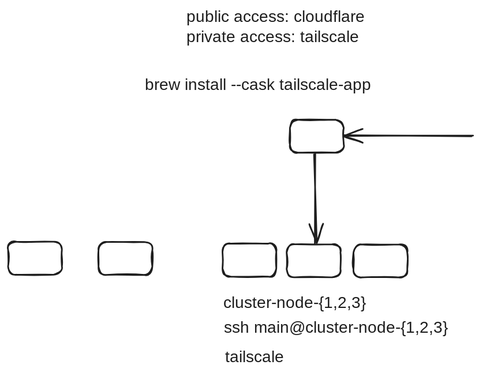
mlops-club/homelab-cluster keeps this Excalidraw diagram as k3s.excalidraw.svg. Above is the earlier version. Source tidied: one line per element, renumbered; positions are measured from the earlier drawing's top-left corner, leaving out a move shared by most shapes.
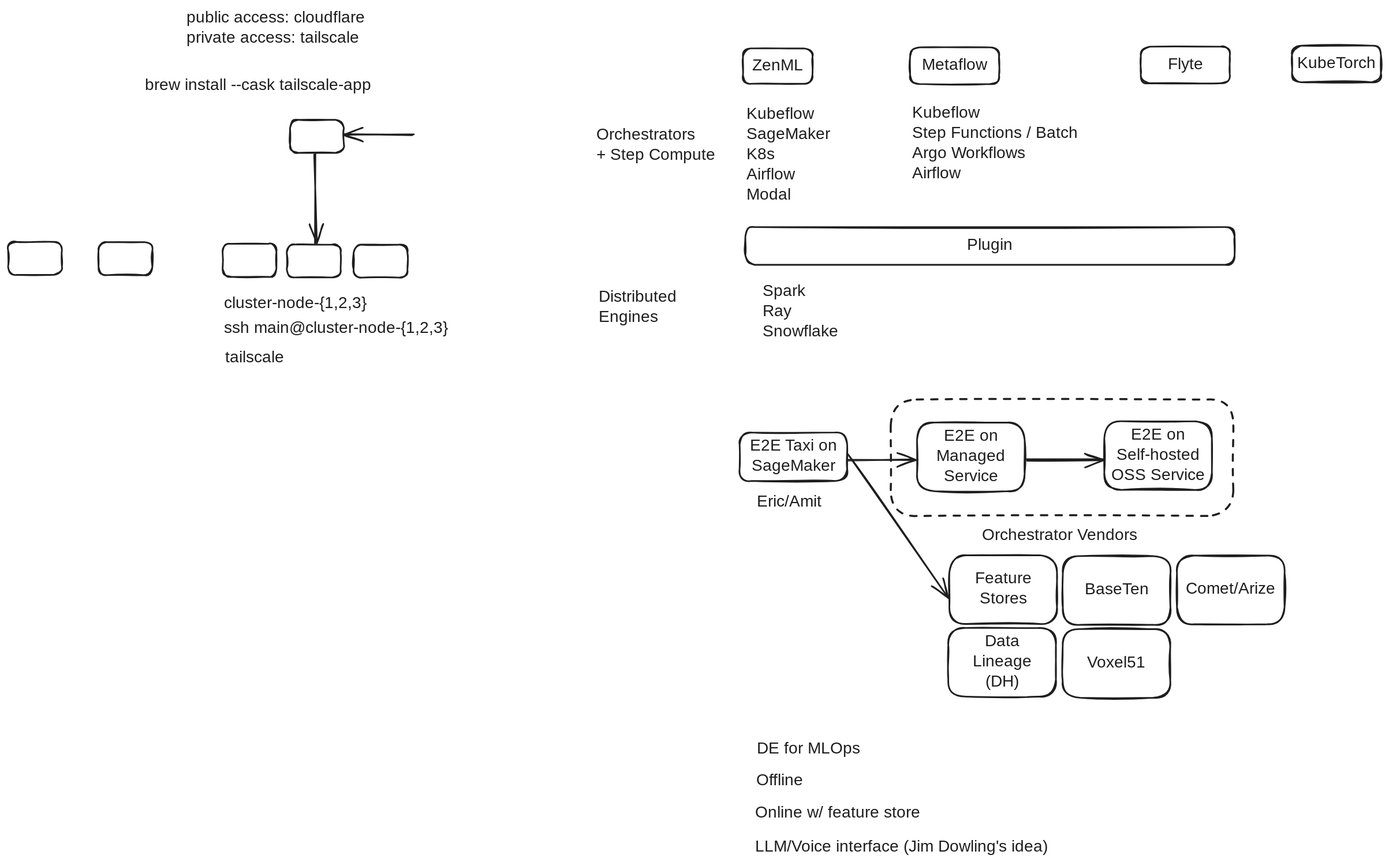
Above is the later version.

What changed in the source:
```diff
@@ -8,6 +8,47 @@
 {"id": 7, "type": "rectangle", "strokeColor": "#1e1e1e", "strokeWidth": 2, "roughness": 1, "round": true, "x": 112, "y": 290, "width": 67, "height": 41}
 {"id": 8, "type": "rectangle", "strokeColor": "#1e1e1e", "strokeWidth": 2, "roughness": 1, "round": true, "x": 0, "y": 289, "width": 67, "height": 41}
 {"id": 9, "type": "rectangle", "strokeColor": "#1e1e1e", "strokeWidth": 2, "roughness": 1, "round": true, "x": 349, "y": 138, "width": 67, "height": 41}
-{"id": 10, "type": "arrow", "strokeColor": "#1e1e1e", "strokeWidth": 2, "roughness": 1, "endArrowhead": "arrow", "round": true, "to": 9, "x": 574, "y": 159, "width": 158, "height": 0, "points": [[0, 0], [-158, 0]]}
+{"id": 10, "type": "arrow", "strokeColor": "#1e1e1e", "strokeWidth": 2, "roughness": 1, "endArrowhead": "arrow", "round": true, "to": 9, "x": 501, "y": 157, "width": 84, "height": 0, "points": [[0, 0], [-84, 0]]}
 {"id": 11, "type": "arrow", "strokeColor": "#1e1e1e", "strokeWidth": 2, "roughness": 1, "endArrowhead": "arrow", "round": true, "from": 9, "to": 1, "x": 380, "y": 180, "width": 0, "height": 112, "points": [[0, 0], [0, 112]]}
 {"id": 12, "type": "text", "text": "public access: cloudflare\nprivate access: tailscale", "strokeColor": "#1e1e1e", "strokeWidth": 2, "roughness": 1, "fontSize": 20, "fontFamily": 8, "x": 221, "y": 0, "width": 275, "height": 50}
+{"id": 13, "type": "rectangle", "strokeColor": "#1e1e1e", "strokeWidth": 2, "roughness": 1, "round": true, "x": 909, "y": 50, "width": 86, "height": 44}
+{"id": 14, "type": "text", "text": "ZenML", "strokeColor": "#1e1e1e", "strokeWidth": 2, "roughness": 1, "fontSize": 20, "fontFamily": 8, "textAlign": "center", "verticalAlign": "middle", "inside": 13, "x": 925, "y": 59, "width": 55, "height": 25}
+{"id": 15, "type": "text", "text": "Kubeflow\nSageMaker\nK8s\nAirflow\nModal", "strokeColor": "#1e1e1e", "strokeWidth": 2, "roughness": 1, "fontSize": 20, "fontFamily": 8, "x": 913, "y": 120, "width": 99, "height": 125}
+{"id": 16, "type": "rectangle", "strokeColor": "#1e1e1e", "strokeWidth": 2, "roughness": 1, "round": true, "x": 1116, "y": 49, "width": 110, "height": 45}
+{"id": 17, "type": "text", "text": "Metaflow", "strokeColor": "#1e1e1e", "strokeWidth": 2, "roughness": 1, "fontSize": 20, "fontFamily": 8, "textAlign": "center", "verticalAlign": "middle", "inside": 16, "x": 1127, "y": 59, "width": 88, "height": 25}
+{"id": 18, "type": "text", "text": "Kubeflow\nStep Functions / Batch\nArgo Workflows\nAirflow", "strokeColor": "#1e1e1e", "strokeWidth": 2, "roughness": 1, "fontSize": 20, "fontFamily": 8, "x": 1119, "y": 118, "width": 242, "height": 100}
+{"id": 19, "type": "rectangle", "strokeColor": "#1e1e1e", "strokeWidth": 2, "roughness": 1, "round": true, "x": 1401, "y": 48, "width": 110, "height": 45}
+{"id": 20, "type": "text", "text": "Flyte", "strokeColor": "#1e1e1e", "strokeWidth": 2, "roughness": 1, "fontSize": 20, "fontFamily": 8, "textAlign": "center", "verticalAlign": "middle", "inside": 19, "x": 1429, "y": 58, "width": 55, "height": 25}
+{"id": 21, "type": "rectangle", "strokeColor": "#1e1e1e", "strokeWidth": 2, "roughness": 1, "round": true, "x": 1588, "y": 47, "width": 110, "height": 45}
+{"id": 22, "type": "text", "text": "KubeTorch", "strokeColor": "#1e1e1e", "strokeWidth": 2, "roughness": 1, "fontSize": 20, "fontFamily": 8, "textAlign": "center", "verticalAlign": "middle", "inside": 21, "x": 1594, "y": 57, "width": 99, "height": 25}
+{"id": 23, "type": "rectangle", "strokeColor": "#1e1e1e", "strokeWidth": 2, "roughness": 1, "round": true, "x": 912, "y": 271, "width": 605, "height": 47}
+{"id": 24, "type": "text", "text": "Plugin", "strokeColor": "#1e1e1e", "strokeWidth": 2, "roughness": 1, "fontSize": 20, "fontFamily": 8, "textAlign": "center", "verticalAlign": "middle", "inside": 23, "x": 1182, "y": 282, "width": 66, "height": 25}
+{"id": 25, "type": "text", "text": "Spark\nRay\nSnowflake", "strokeColor": "#1e1e1e", "strokeWidth": 2, "roughness": 1, "fontSize": 20, "fontFamily": 8, "x": 933, "y": 339, "width": 99, "height": 75}
+{"id": 26, "type": "text", "text": "Orchestrators\n+ Step Compute", "strokeColor": "#1e1e1e", "strokeWidth": 2, "roughness": 1, "fontSize": 20, "fontFamily": 8, "x": 728, "y": 145, "width": 154, "height": 50}
+{"id": 27, "type": "text", "text": "Distributed\nEngines", "strokeColor": "#1e1e1e", "strokeWidth": 2, "roughness": 1, "fontSize": 20, "fontFamily": 8, "x": 731, "y": 346, "width": 121, "height": 50}
+{"id": 28, "type": "rectangle", "strokeColor": "#1e1e1e", "strokeWidth": 2, "roughness": 1, "round": true, "x": 905, "y": 525, "width": 133, "height": 60}
+{"id": 29, "type": "text", "text": "E2E Taxi on\nSageMaker", "strokeColor": "#1e1e1e", "strokeWidth": 2, "roughness": 1, "fontSize": 20, "fontFamily": 8, "textAlign": "center", "verticalAlign": "middle", "inside": 28, "x": 911, "y": 530, "width": 121, "height": 50}
+{"id": 30, "type": "rectangle", "strokeColor": "#1e1e1e", "strokeWidth": 2, "roughness": 1, "round": true, "x": 1125, "y": 513, "width": 133, "height": 85}
+{"id": 31, "type": "text", "text": "E2E on\nManaged\nService", "strokeColor": "#1e1e1e", "strokeWidth": 2, "roughness": 1, "fontSize": 20, "fontFamily": 8, "textAlign": "center", "verticalAlign": "middle", "inside": 30, "x": 1153, "y": 518, "width": 77, "height": 75}
+{"id": 32, "type": "rectangle", "strokeColor": "#1e1e1e", "strokeWidth": 2, "roughness": 1, "round": true, "x": 1356, "y": 511, "width": 133, "height": 85}
+{"id": 33, "type": "text", "text": "E2E on\nSelf-hosted\nOSS Service", "strokeColor": "#1e1e1e", "strokeWidth": 2, "roughness": 1, "fontSize": 20, "fontFamily": 8, "textAlign": "center", "verticalAlign": "middle", "inside": 32, "x": 1362, "y": 516, "width": 121, "height": 75}
+{"id": 34, "type": "arrow", "strokeColor": "#1e1e1e", "strokeWidth": 2, "roughness": 1, "endArrowhead": "arrow", "round": true, "from": 28, "to": 30, "x": 1039, "y": 560, "width": 83, "height": 1, "points": [[0, 0], [83, -1]]}
+{"id": 35, "type": "arrow", "strokeColor": "#1e1e1e", "strokeWidth": 2, "roughness": 1, "endArrowhead": "arrow", "round": true, "from": 30, "to": 32, "x": 1260, "y": 560, "width": 95, "height": 1, "points": [[0, 0], [95, -1]]}
+{"id": 36, "type": "rectangle", "strokeColor": "#1e1e1e", "strokeWidth": 2, "strokeStyle": "dashed", "roughness": 1, "round": true, "x": 1092, "y": 485, "width": 424, "height": 144}
+{"id": 37, "type": "text", "text": "Eric/Amit", "strokeColor": "#1e1e1e", "strokeWidth": 2, "strokeStyle": "dashed", "roughness": 1, "fontSize": 20, "fontFamily": 8, "x": 927, "y": 600, "width": 99, "height": 25}
+{"id": 38, "type": "text", "text": "Orchestrator Vendors", "strokeColor": "#1e1e1e", "strokeWidth": 2, "strokeStyle": "dashed", "roughness": 1, "fontSize": 20, "fontFamily": 8, "x": 1205, "y": 641, "width": 220, "height": 25}
+{"id": 39, "type": "text", "text": "Offline", "strokeColor": "#1e1e1e", "strokeWidth": 2, "strokeStyle": "dashed", "roughness": 1, "fontSize": 20, "fontFamily": 8, "x": 925, "y": 944, "width": 77, "height": 25}
+{"id": 40, "type": "text", "text": "Online w/ feature store", "strokeColor": "#1e1e1e", "strokeWidth": 2, "strokeStyle": "dashed", "roughness": 1, "fontSize": 20, "fontFamily": 8, "x": 925, "y": 985, "width": 253, "height": 25}
+{"id": 41, "type": "text", "text": "LLM/Voice interface (Jim Dowling's idea)", "strokeColor": "#1e1e1e", "strokeWidth": 2, "strokeStyle": "dashed", "roughness": 1, "fontSize": 20, "fontFamily": 8, "x": 924, "y": 1027, "width": 440, "height": 25}
+{"id": 42, "type": "arrow", "strokeColor": "#1e1e1e", "strokeWidth": 2, "roughness": 1, "endArrowhead": "arrow", "from": 28, "to": 43, "x": 1039, "y": 552, "width": 124, "height": 178, "points": [[0, 0], [124, 178]]}
+{"id": 43, "type": "rectangle", "strokeColor": "#1e1e1e", "strokeWidth": 2, "roughness": 1, "round": true, "x": 1165, "y": 677, "width": 133, "height": 85}
+{"id": 44, "type": "text", "text": "Feature\nStores", "strokeColor": "#1e1e1e", "strokeWidth": 2, "roughness": 1, "fontSize": 20, "fontFamily": 8, "textAlign": "center", "verticalAlign": "middle", "inside": 43, "x": 1193, "y": 695, "width": 77, "height": 50}
+{"id": 45, "type": "rectangle", "strokeColor": "#1e1e1e", "strokeWidth": 2, "roughness": 1, "round": true, "x": 1163, "y": 767, "width": 133, "height": 85}
+{"id": 46, "type": "text", "text": "Data\nLineage\n(DH)", "strokeColor": "#1e1e1e", "strokeWidth": 2, "roughness": 1, "fontSize": 20, "fontFamily": 8, "textAlign": "center", "verticalAlign": "middle", "inside": 45, "x": 1191, "y": 772, "width": 77, "height": 75}
+{"id": 47, "type": "text", "text": "DE for MLOps", "strokeColor": "#1e1e1e", "strokeWidth": 2, "strokeStyle": "dashed", "roughness": 1, "fontSize": 20, "fontFamily": 8, "x": 926, "y": 905, "width": 132, "height": 25}
+{"id": 48, "type": "rectangle", "strokeColor": "#1e1e1e", "strokeWidth": 2, "roughness": 1, "round": true, "x": 1305, "y": 678, "width": 133, "height": 85}
+{"id": 49, "type": "text", "text": "BaseTen", "strokeColor": "#1e1e1e", "strokeWidth": 2, "roughness": 1, "fontSize": 20, "fontFamily": 8, "textAlign": "center", "verticalAlign": "middle", "inside": 48, "x": 1333, "y": 708, "width": 77, "height": 25}
+{"id": 50, "type": "rectangle", "strokeColor": "#1e1e1e", "strokeWidth": 2, "roughness": 1, "round": true, "x": 1305, "y": 769, "width": 133, "height": 85}
+{"id": 51, "type": "text", "text": "Voxel51", "strokeColor": "#1e1e1e", "strokeWidth": 2, "roughness": 1, "fontSize": 20, "fontFamily": 8, "textAlign": "center", "verticalAlign": "middle", "inside": 50, "x": 1333, "y": 799, "width": 77, "height": 25}
+{"id": 52, "type": "rectangle", "strokeColor": "#1e1e1e", "strokeWidth": 2, "roughness": 1, "round": true, "x": 1446, "y": 678, "width": 133, "height": 85}
+{"id": 53, "type": "text", "text": "Comet/Arize", "strokeColor": "#1e1e1e", "strokeWidth": 2, "roughness": 1, "fontSize": 20, "fontFamily": 8, "textAlign": "center", "verticalAlign": "middle", "inside": 52, "x": 1452, "y": 708, "width": 121, "height": 25}
```
